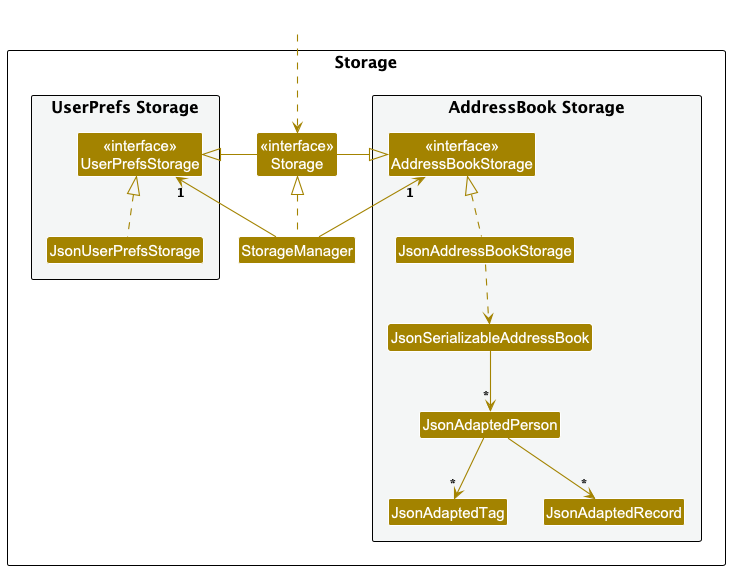
Earlier version of the PlantUML export docs/images/StorageClassDiagram.png (kailermai/tp).
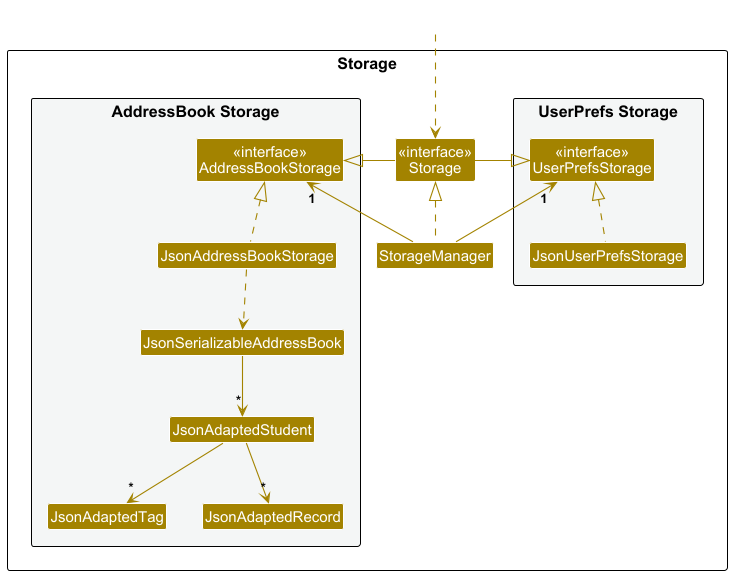
The same diagram one commit later.

Commit message:
Change Person to student in uml diagrams

Diff of the diagram source:
```diff
@@ -18,7 +18,7 @@
 Class "<<interface>>\nAddressBookStorage" as AddressBookStorage
 Class JsonAddressBookStorage
 Class JsonSerializableAddressBook
-Class JsonAdaptedPerson
+Class JsonAdaptedStudent
 Class JsonAdaptedTag
 Class JsonAdaptedRecord
 }
@@ -38,8 +38,8 @@
 JsonUserPrefsStorage .up.|> UserPrefsStorage
 JsonAddressBookStorage .up.|> AddressBookStorage
 JsonAddressBookStorage ..> JsonSerializableAddressBook
-JsonSerializableAddressBook --> "*" JsonAdaptedPerson
-JsonAdaptedPerson --> "*" JsonAdaptedTag
-JsonAdaptedPerson --> "*" JsonAdaptedRecord
+JsonSerializableAddressBook --> "*" JsonAdaptedStudent
+JsonAdaptedStudent --> "*" JsonAdaptedTag
+JsonAdaptedStudent --> "*" JsonAdaptedRecord
 
 @enduml
```
